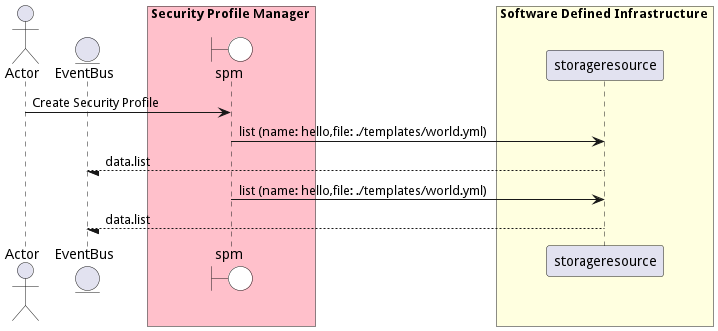
Above: docs/edgemere/sa/spm/usecases/managesecurityprofiles/CreateSecurityProfile.png in madajaju/edgemere (PlantUML), before the change.
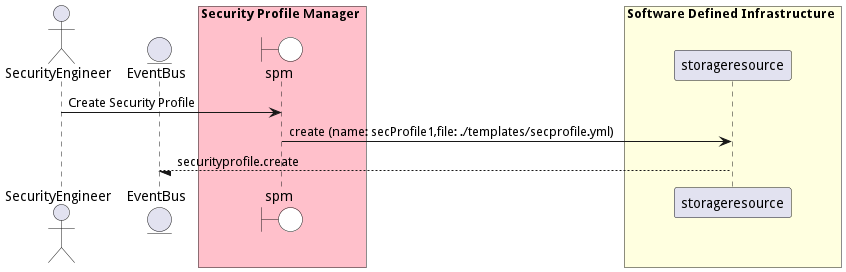
Above is the later version.

The edit, as a diff of the source:
```diff
@@ -1,6 +1,6 @@
 @startuml
 
-actor "Actor"
+actor "SecurityEngineer"
 
 
 entity EventBus
@@ -15,15 +15,11 @@
     end box
 
 
-"Actor" -> spm: Create Security Profile
+"SecurityEngineer" -> spm: Create Security Profile
 
-    spm -> "storageresource": list (name: hello,file: ./templates/world.yml)
+    spm -> "storageresource": create (name: secProfile1,file: ./templates/secprofile.yml)
 
-    "storageresource" --/ EventBus: data.list
-
-    spm -> "storageresource": list (name: hello,file: ./templates/world.yml)
-
-    "storageresource" --/ EventBus: data.list
+    "storageresource" --/ EventBus: securityprofile.create
 
 
 
```
